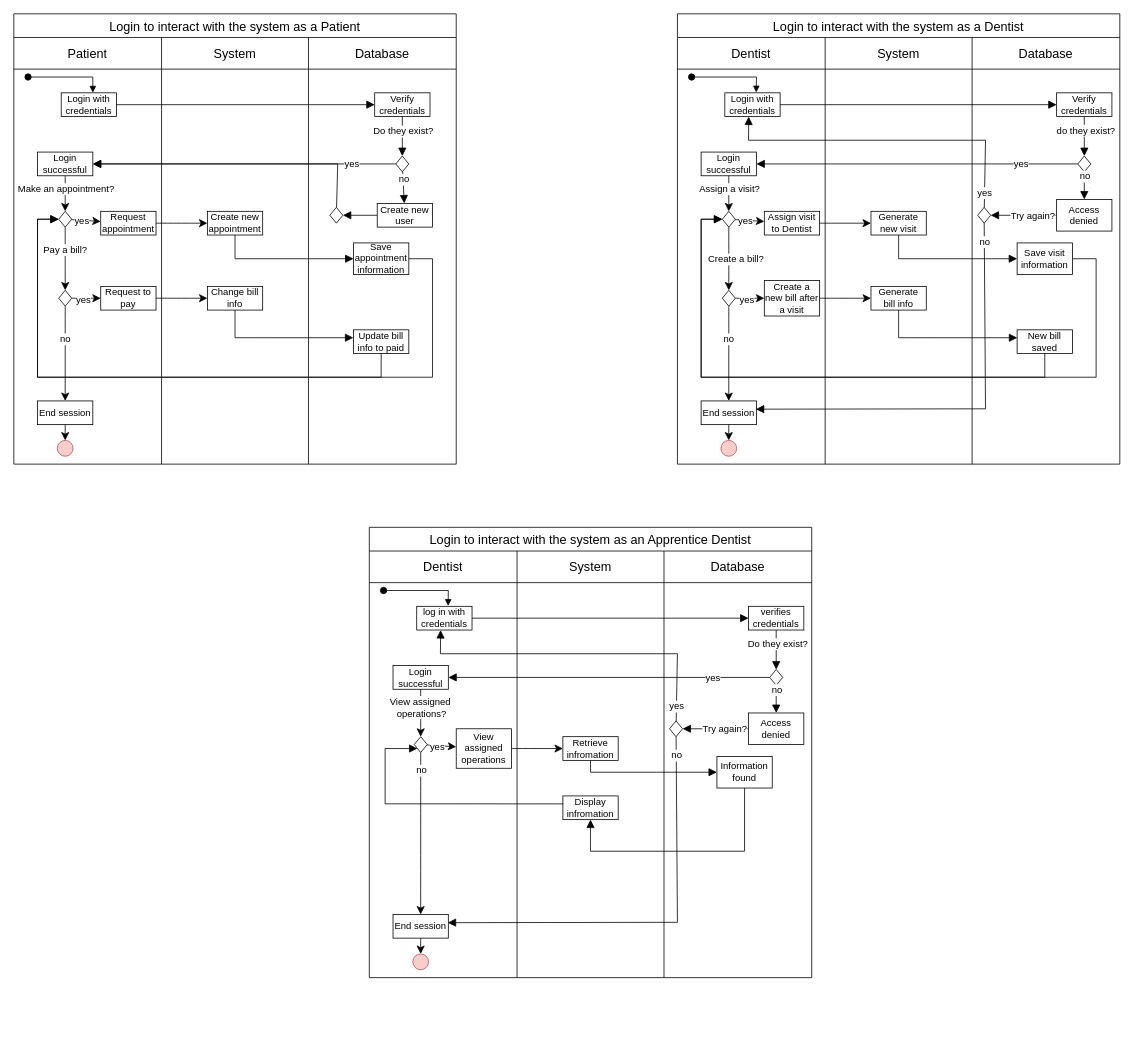
This is doc/PPP_activity_diagram.drawio from KaiRafie/PatternsProject, a draw.io file, before an edit. Source tidied: cells renumbered, new cells numbered last; positions are measured from the earlier drawing's top-left corner, leaving out a move shared by most shapes. Both pictures are drawn from the tidied source at 79%, with x=0, y=0 at pixel (13, 13).
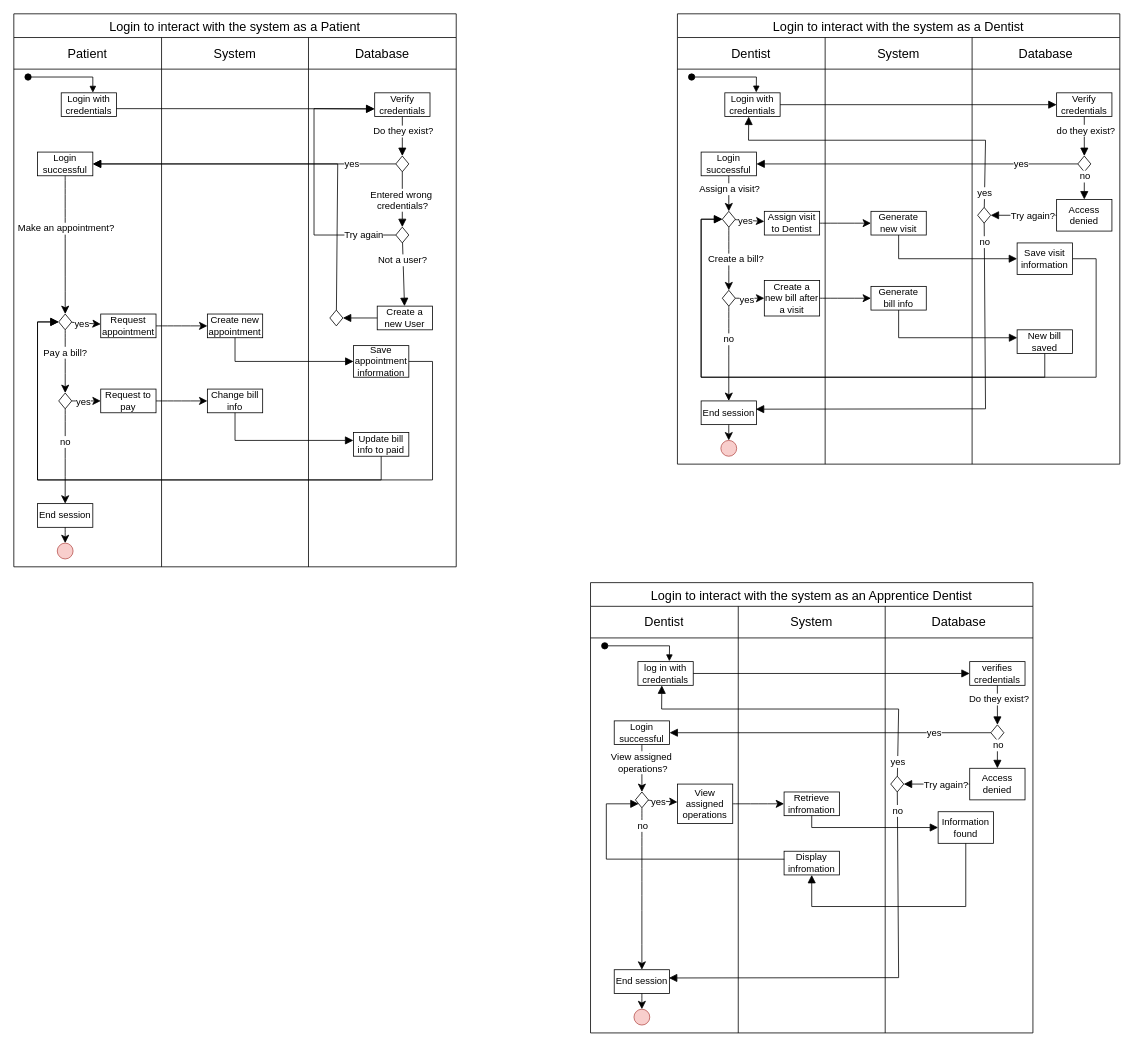
Above is the later version.

Commit message:
modified how the patient behaves

Unchanged cells that the change refers to:
```xml
<mxCell id="2" style="group;" parent="1" vertex="1">
  <mxGeometry width="560" height="560" as="geometry" />
</mxCell>
<mxCell id="12" value="Login with credentials" style="rounded=0;whiteSpace=wrap;html=1;" parent="2" vertex="1">
  <mxGeometry x="60" y="100" width="70" height="30" as="geometry" />
</mxCell>
<mxCell id="15" value="Verify credentials" style="rounded=0;whiteSpace=wrap;html=1;" parent="2" vertex="1">
  <mxGeometry x="456.8" y="100" width="70" height="30" as="geometry" />
</mxCell>
<mxCell id="16" style="rhombus;whiteSpace=wrap;html=1;" parent="2" vertex="1">
  <mxGeometry x="483.5" y="180" width="16.5" height="20" as="geometry" />
</mxCell>
```

The edit, as a diff of the source:
```diff
@@
     <mxCell id="3" value="Login to interact with the system as a Patient" style="shape=table;startSize=30;childLayout=tableLayout;strokeColor=default;fontSize=16;" parent="2" vertex="1">
-      <mxGeometry width="560" height="570" as="geometry" />
+      <mxGeometry width="560" height="700" as="geometry" />
     </mxCell>
@@
     <mxCell id="8" style="shape=tableRow;horizontal=0;startSize=0;swimlaneHead=0;swimlaneBody=0;strokeColor=inherit;top=0;left=0;bottom=0;right=0;fillColor=none;fontSize=16;" parent="3" vertex="1">
-      <mxGeometry y="70" width="560" height="500" as="geometry" />
+      <mxGeometry y="70" width="560" height="630" as="geometry" />
     </mxCell>
     <mxCell id="9" style="shape=partialRectangle;html=1;whiteSpace=wrap;strokeColor=inherit;overflow=hidden;fillColor=none;top=0;left=0;bottom=0;right=0;fontSize=16;" parent="8" vertex="1">
-      <mxGeometry width="187" height="500" as="geometry" />
+      <mxGeometry width="187" height="630" as="geometry" />
     </mxCell>
     <mxCell id="10" style="shape=partialRectangle;html=1;whiteSpace=wrap;strokeColor=inherit;overflow=hidden;fillColor=none;top=0;left=0;bottom=0;right=0;fontSize=16;" parent="8" vertex="1">
-      <mxGeometry x="187" width="186" height="500" as="geometry" />
+      <mxGeometry x="187" width="186" height="630" as="geometry" />
     </mxCell>
     <mxCell id="11" style="shape=partialRectangle;html=1;whiteSpace=wrap;strokeColor=inherit;overflow=hidden;fillColor=none;top=0;left=0;bottom=0;right=0;fontSize=16;" parent="8" vertex="1">
-      <mxGeometry x="373" width="187" height="500" as="geometry" />
+      <mxGeometry x="373" width="187" height="630" as="geometry" />
     </mxCell>
@@
-    <mxCell id="14" style="html=1;verticalAlign=bottom;endArrow=block;curved=0;rounded=0;fontSize=12;startSize=8;endSize=8;" parent="2" edge="1" source="12" target="15">
+    <mxCell id="14" style="html=1;verticalAlign=bottom;endArrow=block;curved=0;rounded=0;fontSize=12;startSize=8;endSize=8;entryX=-0.004;entryY=0.673;entryDx=0;entryDy=0;entryPerimeter=0;exitX=0.997;exitY=0.667;exitDx=0;exitDy=0;exitPerimeter=0;" parent="2" edge="1" source="12" target="15">
       <mxGeometry relative="1" as="geometry" />
     </mxCell>
@@
-    <mxCell id="19" style="html=1;verticalAlign=bottom;endArrow=block;curved=0;rounded=0;fontSize=12;startSize=8;endSize=8;" parent="2" edge="1" source="16" target="21">
+    <mxCell id="19" style="html=1;verticalAlign=bottom;endArrow=block;curved=0;rounded=0;fontSize=12;startSize=8;endSize=8;" parent="2" edge="1" source="163" target="21">
       <mxGeometry relative="1" as="geometry" />
     </mxCell>
-    <mxCell id="20" value="no" style="edgeLabel;html=1;align=center;verticalAlign=middle;fontSize=12;" parent="19" vertex="1">
-      <mxGeometry x="0.5" y="-2" relative="1" as="geometry">
-        <mxPoint x="2" y="-20" as="offset" />
-      </mxGeometry>
-    </mxCell>
+    <mxCell id="162" value="Not a user?" style="edgeLabel;html=1;align=center;verticalAlign=middle;fontSize=12;" parent="19" vertex="1">
+      <mxGeometry x="-0.46" y="-1" relative="1" as="geometry" />
+    </mxCell>
-    <mxCell id="21" value="Create new user" style="rounded=0;whiteSpace=wrap;html=1;" parent="2" vertex="1">
-      <mxGeometry x="460" y="240" width="70" height="30" as="geometry" />
+    <mxCell id="21" value="Create a new User" style="rounded=0;whiteSpace=wrap;html=1;" parent="2" vertex="1">
+      <mxGeometry x="460" y="370" width="70" height="30" as="geometry" />
     </mxCell>
@@
     <mxCell id="25" value="Request appointment" style="rounded=0;whiteSpace=wrap;html=1;" parent="2" vertex="1">
-      <mxGeometry x="110" y="250" width="70" height="30" as="geometry" />
+      <mxGeometry x="110" y="380" width="70" height="30" as="geometry" />
     </mxCell>
@@
     <mxCell id="27" value="Create new appointment" style="rounded=0;whiteSpace=wrap;html=1;" parent="2" vertex="1">
-      <mxGeometry x="245" y="250" width="70" height="30" as="geometry" />
+      <mxGeometry x="245" y="380" width="70" height="30" as="geometry" />
     </mxCell>
@@
     <mxCell id="32" style="rhombus;whiteSpace=wrap;html=1;" parent="2" vertex="1">
-      <mxGeometry x="56.8" y="250" width="16.5" height="20" as="geometry" />
+      <mxGeometry x="56.8" y="380" width="16.5" height="20" as="geometry" />
     </mxCell>
     <mxCell id="33" value="Save appointment information" style="rounded=0;whiteSpace=wrap;html=1;" parent="2" vertex="1">
-      <mxGeometry x="430" y="290" width="70" height="40" as="geometry" />
+      <mxGeometry x="430" y="420" width="70" height="40" as="geometry" />
     </mxCell>
     <mxCell id="34" style="html=1;verticalAlign=bottom;endArrow=block;curved=0;rounded=0;fontSize=12;startSize=8;endSize=8;" parent="2" edge="1" source="27" target="33">
       <mxGeometry relative="1" as="geometry">
         <Array as="points">
-          <mxPoint x="280" y="310" />
+          <mxPoint x="280" y="440" />
         </Array>
       </mxGeometry>
     </mxCell>
@@
     <mxCell id="37" value="Request to pay" style="rounded=0;whiteSpace=wrap;html=1;" parent="2" vertex="1">
-      <mxGeometry x="110" y="345" width="70" height="30" as="geometry" />
+      <mxGeometry x="110" y="475" width="70" height="30" as="geometry" />
     </mxCell>
@@
     <mxCell id="40" style="rhombus;whiteSpace=wrap;html=1;" parent="2" vertex="1">
-      <mxGeometry x="56.8" y="350" width="16.5" height="20" as="geometry" />
+      <mxGeometry x="56.8" y="480" width="16.5" height="20" as="geometry" />
     </mxCell>
@@
     <mxCell id="43" value="End session" style="rounded=0;whiteSpace=wrap;html=1;" parent="2" vertex="1">
-      <mxGeometry x="30" y="490" width="70" height="30" as="geometry" />
+      <mxGeometry x="30" y="620" width="70" height="30" as="geometry" />
     </mxCell>
@@
     <mxCell id="45" style="ellipse;whiteSpace=wrap;html=1;fillColor=#f8cecc;strokeColor=#b85450;" parent="2" vertex="1">
-      <mxGeometry x="55" y="540" width="20" height="20" as="geometry" />
+      <mxGeometry x="55" y="670" width="20" height="20" as="geometry" />
     </mxCell>
@@
     <mxCell id="47" value="Change bill info" style="rounded=0;whiteSpace=wrap;html=1;" parent="2" vertex="1">
-      <mxGeometry x="245" y="345" width="70" height="30" as="geometry" />
+      <mxGeometry x="245" y="475" width="70" height="30" as="geometry" />
     </mxCell>
     <mxCell id="48" style="html=1;verticalAlign=bottom;endArrow=block;curved=0;rounded=0;fontSize=12;startSize=8;endSize=8;entryX=-0.003;entryY=0.333;entryDx=0;entryDy=0;entryPerimeter=0;" parent="2" edge="1" source="47" target="49">
       <mxGeometry relative="1" as="geometry">
         <Array as="points">
-          <mxPoint x="280" y="410" />
+          <mxPoint x="280" y="540" />
         </Array>
       </mxGeometry>
     </mxCell>
     <mxCell id="49" value="Update bill info to paid" style="rounded=0;whiteSpace=wrap;html=1;" parent="2" vertex="1">
-      <mxGeometry x="430" y="400" width="70" height="30" as="geometry" />
+      <mxGeometry x="430" y="530" width="70" height="30" as="geometry" />
     </mxCell>
     <mxCell id="50" style="html=1;verticalAlign=bottom;endArrow=block;curved=0;rounded=0;fontSize=12;startSize=8;endSize=8;" parent="2" edge="1" source="49" target="32">
       <mxGeometry relative="1" as="geometry">
         <Array as="points">
-          <mxPoint x="465" y="460" />
-          <mxPoint x="30" y="460" />
-          <mxPoint x="30" y="260" />
+          <mxPoint x="465" y="590" />
+          <mxPoint x="30" y="590" />
+          <mxPoint x="30" y="390" />
         </Array>
       </mxGeometry>
     </mxCell>
     <mxCell id="51" style="html=1;verticalAlign=bottom;endArrow=block;curved=0;rounded=0;fontSize=12;startSize=8;endSize=8;" parent="2" edge="1" source="33" target="32">
       <mxGeometry relative="1" as="geometry">
         <Array as="points">
-          <mxPoint x="530" y="310" />
-          <mxPoint x="530" y="460" />
-          <mxPoint x="30" y="460" />
-          <mxPoint x="30" y="260" />
+          <mxPoint x="530" y="440" />
+          <mxPoint x="530" y="590" />
+          <mxPoint x="30" y="590" />
+          <mxPoint x="30" y="390" />
         </Array>
       </mxGeometry>
     </mxCell>
@@
     <mxCell id="54" style="rhombus;whiteSpace=wrap;html=1;" parent="2" vertex="1">
-      <mxGeometry x="400" y="245" width="16.5" height="20" as="geometry" />
+      <mxGeometry x="400" y="375" width="16.5" height="20" as="geometry" />
     </mxCell>
+    <mxCell id="163" style="rhombus;whiteSpace=wrap;html=1;" parent="2" vertex="1">
+      <mxGeometry x="483.5" y="270" width="16.5" height="20" as="geometry" />
+    </mxCell>
+    <mxCell id="164" style="html=1;verticalAlign=bottom;endArrow=block;curved=0;rounded=0;fontSize=12;startSize=8;endSize=8;" parent="2" edge="1" source="16" target="163">
+      <mxGeometry relative="1" as="geometry" />
+    </mxCell>
+    <mxCell id="165" value="Entered wrong&amp;nbsp;&lt;div&gt;credentials?&lt;/div&gt;" style="edgeLabel;html=1;align=center;verticalAlign=middle;fontSize=12;" parent="164" vertex="1">
+      <mxGeometry x="0.11" y="-1" relative="1" as="geometry">
+        <mxPoint x="1" y="-4" as="offset" />
+      </mxGeometry>
+    </mxCell>
+    <mxCell id="166" style="html=1;verticalAlign=bottom;endArrow=block;curved=0;rounded=0;fontSize=12;startSize=8;endSize=8;entryX=-0.005;entryY=0.682;entryDx=0;entryDy=0;entryPerimeter=0;" parent="2" edge="1" source="163" target="15">
+      <mxGeometry relative="1" as="geometry">
+        <Array as="points">
+          <mxPoint x="380" y="280" />
+          <mxPoint x="380" y="120" />
+        </Array>
+      </mxGeometry>
+    </mxCell>
+    <mxCell id="167" value="Try again" style="edgeLabel;html=1;align=center;verticalAlign=middle;fontSize=12;" parent="166" vertex="1">
+      <mxGeometry x="-0.76" y="-1" relative="1" as="geometry" />
+    </mxCell>
@@
     <mxCell id="113" style="group;" parent="1" vertex="1">
-      <mxGeometry x="460" y="650" width="560" height="560" as="geometry" />
+      <mxGeometry x="740" y="720" width="560" height="560" as="geometry" />
     </mxCell>
```
